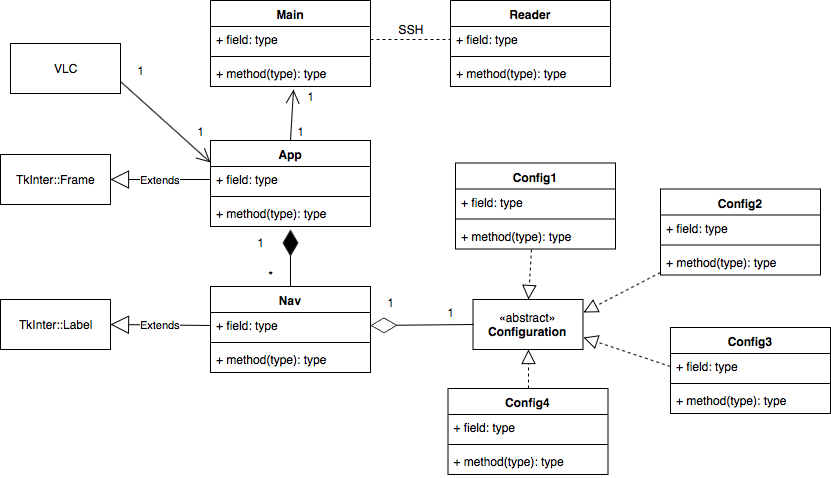
koverman47/EGEN_310 keeps this draw.io diagram as final_diagram.png. Above is the earlier version. Source tidied: cells renumbered, new cells last; positions are measured from the earlier drawing's top-left corner, leaving out a move shared by most shapes.
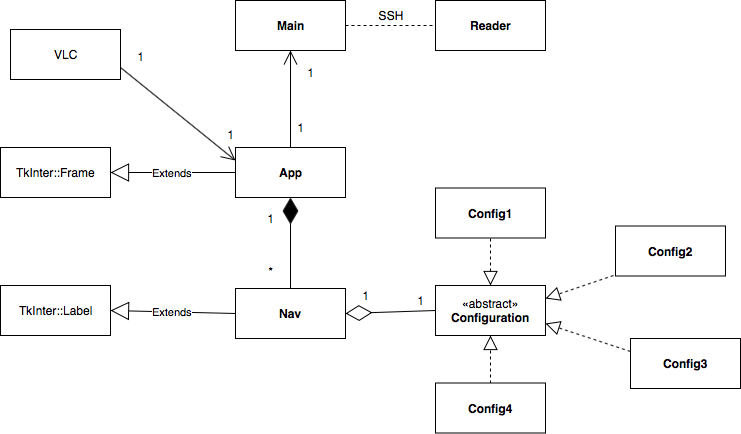
After the commit.

The edit, as a diff of the source:
```diff
@@ -6,171 +6,97 @@
       <mxGeometry y="299" width="110" height="50" as="geometry" />
     </mxCell>
     <mxCell id="3" value="TkInter::Frame" style="html=1;" parent="1" vertex="1">
-      <mxGeometry y="154" width="110" height="50" as="geometry" />
+      <mxGeometry y="161" width="110" height="50" as="geometry" />
     </mxCell>
-    <mxCell id="4" value="Config1" style="swimlane;fontStyle=1;align=center;verticalAlign=top;horizontal=1;startSize=26;" parent="1" vertex="1">
-      <mxGeometry x="455" y="162.5" width="160" height="86" as="geometry" />
+    <mxCell id="4" value="«abstract»&lt;br&gt;&lt;b&gt;Configuration&lt;/b&gt;" style="html=1;" parent="1" vertex="1">
+      <mxGeometry x="435" y="299" width="110" height="50" as="geometry" />
     </mxCell>
-    <mxCell id="5" value="+ field: type" style="text;strokeColor=none;fillColor=none;align=left;verticalAlign=top;spacingLeft=4;spacingRight=4;overflow=hidden;" parent="4" vertex="1">
-      <mxGeometry y="26" width="160" height="26" as="geometry" />
+    <mxCell id="5" style="endArrow=block;dashed=1;endFill=0;endSize=12;html=1;entryX=0.5;entryY=0;entryDx=0;entryDy=0;exitX=0.5;exitY=1;exitDx=0;exitDy=0;" parent="1" edge="1" source="28" target="4">
+      <mxGeometry relative="1" as="geometry" />
     </mxCell>
-    <mxCell id="6" style="line;strokeWidth=1;fillColor=none;align=left;verticalAlign=middle;spacingTop=-1;spacingLeft=3;spacingRight=3;labelPosition=right;" parent="4" vertex="1">
-      <mxGeometry y="52" width="160" height="8" as="geometry" />
+    <mxCell id="6" value="Extends" style="endArrow=block;endSize=16;endFill=0;html=1;exitX=0;exitY=0.5;exitDx=0;exitDy=0;entryX=1;entryY=0.5;entryDx=0;entryDy=0;" parent="1" edge="1" source="33" target="2">
+      <mxGeometry relative="1" as="geometry" />
     </mxCell>
-    <mxCell id="7" value="+ method(type): type" style="text;strokeColor=none;fillColor=none;align=left;verticalAlign=top;spacingLeft=4;spacingRight=4;overflow=hidden;points=[[0,0.5],[1,0.5]];portConstraint=eastwest;" parent="4" vertex="1">
-      <mxGeometry y="60" width="160" height="26" as="geometry" />
+    <mxCell id="7" value="Extends" style="endArrow=block;endSize=16;endFill=0;html=1;entryX=1;entryY=0.5;entryDx=0;entryDy=0;exitX=0;exitY=0.5;exitDx=0;exitDy=0;" parent="1" edge="1" source="29" target="3">
+      <mxGeometry relative="1" as="geometry" />
     </mxCell>
-    <mxCell id="8" value="Config2" style="swimlane;fontStyle=1;align=center;verticalAlign=top;horizontal=1;startSize=26;" parent="1" vertex="1">
-      <mxGeometry x="660" y="188.5" width="160" height="86" as="geometry" />
+    <mxCell id="8" style="endArrow=block;dashed=1;endFill=0;endSize=12;html=1;exitX=0.5;exitY=0;exitDx=0;exitDy=0;entryX=0.5;entryY=1;entryDx=0;entryDy=0;" parent="1" edge="1" source="32" target="4">
+      <mxGeometry relative="1" as="geometry" />
     </mxCell>
-    <mxCell id="9" value="+ field: type" style="text;strokeColor=none;fillColor=none;align=left;verticalAlign=top;spacingLeft=4;spacingRight=4;overflow=hidden;" parent="8" vertex="1">
-      <mxGeometry y="26" width="160" height="26" as="geometry" />
+    <mxCell id="9" style="endArrow=block;dashed=1;endFill=0;endSize=12;html=1;entryX=1;entryY=0.75;entryDx=0;entryDy=0;exitX=0;exitY=0.25;exitDx=0;exitDy=0;" parent="1" edge="1" source="31" target="4">
+      <mxGeometry relative="1" as="geometry" />
     </mxCell>
-    <mxCell id="10" style="line;strokeWidth=1;fillColor=none;align=left;verticalAlign=middle;spacingTop=-1;spacingLeft=3;spacingRight=3;labelPosition=right;" parent="8" vertex="1">
-      <mxGeometry y="52" width="160" height="8" as="geometry" />
+    <mxCell id="10" style="endArrow=block;dashed=1;endFill=0;endSize=12;html=1;exitX=-0.018;exitY=0.99;exitDx=0;exitDy=0;exitPerimeter=0;entryX=1;entryY=0.25;entryDx=0;entryDy=0;" parent="1" edge="1" source="30" target="4">
+      <mxGeometry relative="1" as="geometry" />
     </mxCell>
-    <mxCell id="11" value="+ method(type): type" style="text;strokeColor=none;fillColor=none;align=left;verticalAlign=top;spacingLeft=4;spacingRight=4;overflow=hidden;points=[[0,0.5],[1,0.5]];portConstraint=eastwest;" parent="8" vertex="1">
-      <mxGeometry y="60" width="160" height="26" as="geometry" />
+    <mxCell id="11" style="endArrow=diamondThin;endFill=1;endSize=24;html=1;exitX=0.5;exitY=0;exitDx=0;exitDy=0;entryX=0.5;entryY=1;entryDx=0;entryDy=0;" parent="1" edge="1" source="33" target="29">
+      <mxGeometry relative="1" as="geometry" />
     </mxCell>
-    <mxCell id="12" value="«abstract»&lt;br&gt;&lt;b&gt;Configuration&lt;/b&gt;" style="html=1;" parent="1" vertex="1">
-      <mxGeometry x="472.5" y="299" width="110" height="50" as="geometry" />
+    <mxCell id="12" style="endArrow=diamondThin;endFill=0;endSize=24;html=1;exitX=0;exitY=0.5;exitDx=0;exitDy=0;entryX=1;entryY=0.5;entryDx=0;entryDy=0;" parent="1" edge="1" source="4" target="33">
+      <mxGeometry relative="1" as="geometry" />
     </mxCell>
-    <mxCell id="13" value="Config3" style="swimlane;fontStyle=1;align=center;verticalAlign=top;horizontal=1;startSize=26;" parent="1" vertex="1">
-      <mxGeometry x="670" y="327" width="160" height="86" as="geometry" />
+    <mxCell id="13" style="endArrow=open;endFill=1;endSize=12;html=1;exitX=0.5;exitY=0;exitDx=0;exitDy=0;entryX=0.5;entryY=1;entryDx=0;entryDy=0;" parent="1" edge="1" source="29" target="26">
+      <mxGeometry relative="1" as="geometry" />
     </mxCell>
-    <mxCell id="14" value="+ field: type" style="text;strokeColor=none;fillColor=none;align=left;verticalAlign=top;spacingLeft=4;spacingRight=4;overflow=hidden;points=[[0,0.5],[1,0.5]];portConstraint=eastwest;" parent="13" vertex="1">
-      <mxGeometry y="26" width="160" height="26" as="geometry" />
+    <mxCell id="14" style="endArrow=none;dashed=1;html=1;exitX=1;exitY=0.5;exitDx=0;exitDy=0;entryX=0;entryY=0.5;entryDx=0;entryDy=0;" parent="1" edge="1" source="26" target="27">
+      <mxGeometry relative="1" as="geometry" />
     </mxCell>
-    <mxCell id="15" style="line;strokeWidth=1;fillColor=none;align=left;verticalAlign=middle;spacingTop=-1;spacingLeft=3;spacingRight=3;labelPosition=right;" parent="13" vertex="1">
-      <mxGeometry y="52" width="160" height="8" as="geometry" />
+    <mxCell id="15" value="SSH" style="text;html=1;strokeColor=none;fillColor=none;align=center;verticalAlign=middle;whiteSpace=wrap;rounded=0;" parent="1" vertex="1">
+      <mxGeometry x="370" y="19" width="40" height="20" as="geometry" />
     </mxCell>
-    <mxCell id="16" value="+ method(type): type" style="text;strokeColor=none;fillColor=none;align=left;verticalAlign=top;spacingLeft=4;spacingRight=4;overflow=hidden;points=[[0,0.5],[1,0.5]];portConstraint=eastwest;" parent="13" vertex="1">
-      <mxGeometry y="60" width="160" height="26" as="geometry" />
+    <mxCell id="16" value="VLC" style="html=1;" parent="1" vertex="1">
+      <mxGeometry x="10" y="43" width="110" height="50" as="geometry" />
     </mxCell>
-    <mxCell id="17" value="Config4" style="swimlane;fontStyle=1;align=center;verticalAlign=top;horizontal=1;startSize=26;" parent="1" vertex="1">
-      <mxGeometry x="447.5" y="388" width="160" height="86" as="geometry" />
+    <mxCell id="17" style="endArrow=open;endFill=1;endSize=12;html=1;exitX=1;exitY=0.75;exitDx=0;exitDy=0;entryX=0;entryY=0.25;entryDx=0;entryDy=0;" parent="1" edge="1" source="16" target="29">
+      <mxGeometry relative="1" as="geometry" />
     </mxCell>
-    <mxCell id="18" value="+ field: type" style="text;strokeColor=none;fillColor=none;align=left;verticalAlign=top;spacingLeft=4;spacingRight=4;overflow=hidden;" parent="17" vertex="1">
-      <mxGeometry y="26" width="160" height="26" as="geometry" />
+    <mxCell id="18" value="*" style="text;html=1;strokeColor=none;fillColor=none;align=center;verticalAlign=middle;whiteSpace=wrap;rounded=0;" parent="1" vertex="1">
+      <mxGeometry x="250" y="274.5" width="40" height="20" as="geometry" />
     </mxCell>
-    <mxCell id="19" style="line;strokeWidth=1;fillColor=none;align=left;verticalAlign=middle;spacingTop=-1;spacingLeft=3;spacingRight=3;labelPosition=right;" parent="17" vertex="1">
-      <mxGeometry y="52" width="160" height="8" as="geometry" />
+    <mxCell id="19" value="1" style="text;html=1;strokeColor=none;fillColor=none;align=center;verticalAlign=middle;whiteSpace=wrap;rounded=0;" parent="1" vertex="1">
+      <mxGeometry x="400" y="304" width="40" height="20" as="geometry" />
     </mxCell>
-    <mxCell id="20" value="+ method(type): type" style="text;strokeColor=none;fillColor=none;align=left;verticalAlign=top;spacingLeft=4;spacingRight=4;overflow=hidden;" parent="17" vertex="1">
-      <mxGeometry y="60" width="160" height="26" as="geometry" />
+    <mxCell id="20" value="1" style="text;html=1;strokeColor=none;fillColor=none;align=center;verticalAlign=middle;whiteSpace=wrap;rounded=0;" parent="1" vertex="1">
+      <mxGeometry x="345" y="299" width="40" height="20" as="geometry" />
     </mxCell>
-    <mxCell id="21" value="App" style="swimlane;fontStyle=1;align=center;verticalAlign=top;horizontal=1;startSize=26;" parent="1" vertex="1">
-      <mxGeometry x="210" y="140" width="160" height="86" as="geometry" />
+    <mxCell id="21" value="1" style="text;html=1;strokeColor=none;fillColor=none;align=center;verticalAlign=middle;whiteSpace=wrap;rounded=0;" parent="1" vertex="1">
+      <mxGeometry x="210" y="138" width="40" height="20" as="geometry" />
     </mxCell>
-    <mxCell id="22" value="+ field: type" style="text;strokeColor=none;fillColor=none;align=left;verticalAlign=top;spacingLeft=4;spacingRight=4;overflow=hidden;points=[[0,0.5],[1,0.5]];portConstraint=eastwest;" parent="21" vertex="1">
-      <mxGeometry y="26" width="160" height="26" as="geometry" />
+    <mxCell id="22" value="1" style="text;html=1;strokeColor=none;fillColor=none;align=center;verticalAlign=middle;whiteSpace=wrap;rounded=0;" parent="1" vertex="1">
+      <mxGeometry x="250" y="221.5" width="40" height="20" as="geometry" />
     </mxCell>
-    <mxCell id="23" style="line;strokeWidth=1;fillColor=none;align=left;verticalAlign=middle;spacingTop=-1;spacingLeft=3;spacingRight=3;labelPosition=right;" parent="21" vertex="1">
-      <mxGeometry y="52" width="160" height="8" as="geometry" />
+    <mxCell id="23" value="1" style="text;html=1;strokeColor=none;fillColor=none;align=center;verticalAlign=middle;whiteSpace=wrap;rounded=0;" parent="1" vertex="1">
+      <mxGeometry x="280" y="131" width="40" height="20" as="geometry" />
     </mxCell>
-    <mxCell id="24" value="+ method(type): type" style="text;strokeColor=none;fillColor=none;align=left;verticalAlign=top;spacingLeft=4;spacingRight=4;overflow=hidden;points=[[0,0.5],[1,0.5]];portConstraint=eastwest;" parent="21" vertex="1">
-      <mxGeometry y="60" width="160" height="26" as="geometry" />
+    <mxCell id="24" value="1" style="text;html=1;strokeColor=none;fillColor=none;align=center;verticalAlign=middle;whiteSpace=wrap;rounded=0;" parent="1" vertex="1">
+      <mxGeometry x="290" y="76" width="40" height="20" as="geometry" />
     </mxCell>
-    <mxCell id="25" value="Nav" style="swimlane;fontStyle=1;align=center;verticalAlign=top;horizontal=1;startSize=26;" parent="1" vertex="1">
-      <mxGeometry x="210" y="286" width="160" height="86" as="geometry" />
+    <mxCell id="25" value="1" style="text;html=1;strokeColor=none;fillColor=none;align=center;verticalAlign=middle;whiteSpace=wrap;rounded=0;" parent="1" vertex="1">
+      <mxGeometry x="120" y="60" width="40" height="20" as="geometry" />
     </mxCell>
-    <mxCell id="26" value="+ field: type" style="text;strokeColor=none;fillColor=none;align=left;verticalAlign=top;spacingLeft=4;spacingRight=4;overflow=hidden;points=[[0,0.5],[1,0.5]];portConstraint=eastwest;" parent="25" vertex="1">
-      <mxGeometry y="26" width="160" height="26" as="geometry" />
+    <mxCell id="26" value="&lt;b&gt;Main&lt;/b&gt;" style="html=1;" parent="1" vertex="1">
+      <mxGeometry x="235" y="14" width="110" height="50" as="geometry" />
     </mxCell>
-    <mxCell id="27" style="line;strokeWidth=1;fillColor=none;align=left;verticalAlign=middle;spacingTop=-1;spacingLeft=3;spacingRight=3;labelPosition=right;points=[];portConstraint=eastwest;" parent="25" vertex="1">
-      <mxGeometry y="52" width="160" height="8" as="geometry" />
+    <mxCell id="27" value="Reader" style="html=1;fontStyle=1;" parent="1" vertex="1">
+      <mxGeometry x="435" y="14" width="110" height="50" as="geometry" />
     </mxCell>
-    <mxCell id="28" value="+ method(type): type" style="text;strokeColor=none;fillColor=none;align=left;verticalAlign=top;spacingLeft=4;spacingRight=4;overflow=hidden;points=[[0,0.5],[1,0.5]];portConstraint=eastwest;" parent="25" vertex="1">
-      <mxGeometry y="60" width="160" height="26" as="geometry" />
+    <mxCell id="28" value="Config1" style="html=1;fontStyle=1;" parent="1" vertex="1">
+      <mxGeometry x="435" y="201.5" width="110" height="50" as="geometry" />
     </mxCell>
-    <mxCell id="29" value="Main" style="swimlane;fontStyle=1;align=center;verticalAlign=top;horizontal=1;startSize=26;" parent="1" vertex="1">
-      <mxGeometry x="210" width="160" height="86" as="geometry" />
+    <mxCell id="29" value="&lt;b&gt;App&lt;/b&gt;" style="html=1;" parent="1" vertex="1">
+      <mxGeometry x="235" y="161" width="110" height="50" as="geometry" />
     </mxCell>
-    <mxCell id="30" value="+ field: type" style="text;strokeColor=none;fillColor=none;align=left;verticalAlign=top;spacingLeft=4;spacingRight=4;overflow=hidden;points=[[0,0.5],[1,0.5]];portConstraint=eastwest;" parent="29" vertex="1">
-      <mxGeometry y="26" width="160" height="26" as="geometry" />
+    <mxCell id="30" value="Config2" style="html=1;fontStyle=1;" parent="1" vertex="1">
+      <mxGeometry x="615" y="239.5" width="110" height="50" as="geometry" />
     </mxCell>
-    <mxCell id="31" style="line;strokeWidth=1;fillColor=none;align=left;verticalAlign=middle;spacingTop=-1;spacingLeft=3;spacingRight=3;labelPosition=right;points=[];portConstraint=eastwest;" parent="29" vertex="1">
-      <mxGeometry y="52" width="160" height="8" as="geometry" />
+    <mxCell id="31" value="Config3&lt;br&gt;" style="html=1;fontStyle=1;" parent="1" vertex="1">
+      <mxGeometry x="630" y="352" width="110" height="50" as="geometry" />
     </mxCell>
-    <mxCell id="32" value="+ method(type): type" style="text;strokeColor=none;fillColor=none;align=left;verticalAlign=top;spacingLeft=4;spacingRight=4;overflow=hidden;points=[[0,0.5],[1,0.5]];portConstraint=eastwest;" parent="29" vertex="1">
-      <mxGeometry y="60" width="160" height="26" as="geometry" />
+    <mxCell id="32" value="Config4" style="html=1;fontStyle=1;" parent="1" vertex="1">
+      <mxGeometry x="435" y="396.5" width="110" height="50" as="geometry" />
     </mxCell>
-    <mxCell id="33" value="Reader" style="swimlane;fontStyle=1;align=center;verticalAlign=top;horizontal=1;startSize=26;" parent="1" vertex="1">
-      <mxGeometry x="450" width="160" height="86" as="geometry" />
+    <mxCell id="33" value="&lt;b&gt;Nav&lt;/b&gt;" style="html=1;" parent="1" vertex="1">
+      <mxGeometry x="235" y="302" width="110" height="50" as="geometry" />
     </mxCell>
-    <mxCell id="34" value="+ field: type" style="text;strokeColor=none;fillColor=none;align=left;verticalAlign=top;spacingLeft=4;spacingRight=4;overflow=hidden;points=[[0,0.5],[1,0.5]];portConstraint=eastwest;" parent="33" vertex="1">
-      <mxGeometry y="26" width="160" height="26" as="geometry" />
-    </mxCell>
-    <mxCell id="35" style="line;strokeWidth=1;fillColor=none;align=left;verticalAlign=middle;spacingTop=-1;spacingLeft=3;spacingRight=3;labelPosition=right;" parent="33" vertex="1">
-      <mxGeometry y="52" width="160" height="8" as="geometry" />
-    </mxCell>
-    <mxCell id="36" value="+ method(type): type" style="text;strokeColor=none;fillColor=none;align=left;verticalAlign=top;spacingLeft=4;spacingRight=4;overflow=hidden;" parent="33" vertex="1">
-      <mxGeometry y="60" width="160" height="26" as="geometry" />
-    </mxCell>
-    <mxCell id="37" style="endArrow=block;dashed=1;endFill=0;endSize=12;html=1;entryX=0.5;entryY=0;entryDx=0;entryDy=0;exitX=0.475;exitY=1.019;exitDx=0;exitDy=0;exitPerimeter=0;" parent="1" edge="1" source="7" target="12">
-      <mxGeometry relative="1" as="geometry" />
-    </mxCell>
-    <mxCell id="38" value="Extends" style="endArrow=block;endSize=16;endFill=0;html=1;exitX=0;exitY=0.5;exitDx=0;exitDy=0;entryX=1;entryY=0.5;entryDx=0;entryDy=0;" parent="1" edge="1" source="26" target="2">
-      <mxGeometry relative="1" as="geometry" />
-    </mxCell>
-    <mxCell id="39" value="Extends" style="endArrow=block;endSize=16;endFill=0;html=1;entryX=1;entryY=0.5;entryDx=0;entryDy=0;exitX=0;exitY=0.5;exitDx=0;exitDy=0;" parent="1" edge="1" source="22" target="3">
-      <mxGeometry relative="1" as="geometry" />
-    </mxCell>
-    <mxCell id="40" style="endArrow=block;dashed=1;endFill=0;endSize=12;html=1;exitX=0.5;exitY=0;exitDx=0;exitDy=0;entryX=0.5;entryY=1;entryDx=0;entryDy=0;" parent="1" edge="1" source="17" target="12">
-      <mxGeometry relative="1" as="geometry" />
-    </mxCell>
-    <mxCell id="41" style="endArrow=block;dashed=1;endFill=0;endSize=12;html=1;entryX=1;entryY=0.75;entryDx=0;entryDy=0;exitX=0;exitY=0.5;exitDx=0;exitDy=0;" parent="1" edge="1" source="14" target="12">
-      <mxGeometry relative="1" as="geometry" />
-    </mxCell>
-    <mxCell id="42" style="endArrow=block;dashed=1;endFill=0;endSize=12;html=1;exitX=0;exitY=0.885;exitDx=0;exitDy=0;exitPerimeter=0;entryX=1;entryY=0.25;entryDx=0;entryDy=0;" parent="1" edge="1" source="11" target="12">
-      <mxGeometry relative="1" as="geometry" />
-    </mxCell>
-    <mxCell id="43" style="endArrow=diamondThin;endFill=1;endSize=24;html=1;exitX=0.5;exitY=0;exitDx=0;exitDy=0;entryX=0.5;entryY=1.115;entryDx=0;entryDy=0;entryPerimeter=0;" parent="1" edge="1" source="25" target="24">
-      <mxGeometry relative="1" as="geometry" />
-    </mxCell>
-    <mxCell id="44" style="endArrow=diamondThin;endFill=0;endSize=24;html=1;exitX=0;exitY=0.5;exitDx=0;exitDy=0;entryX=1;entryY=0.5;entryDx=0;entryDy=0;" parent="1" edge="1" source="12" target="26">
-      <mxGeometry relative="1" as="geometry" />
-    </mxCell>
-    <mxCell id="45" style="endArrow=open;endFill=1;endSize=12;html=1;exitX=0.5;exitY=0;exitDx=0;exitDy=0;" parent="1" edge="1" source="21">
-      <mxGeometry relative="1" as="geometry">
-        <mxPoint x="293" y="89" as="targetPoint" />
-      </mxGeometry>
-    </mxCell>
-    <mxCell id="46" style="endArrow=none;dashed=1;html=1;exitX=1;exitY=0.5;exitDx=0;exitDy=0;entryX=0;entryY=0.5;entryDx=0;entryDy=0;" parent="1" edge="1" source="30" target="34">
-      <mxGeometry relative="1" as="geometry" />
-    </mxCell>
-    <mxCell id="47" value="SSH" style="text;html=1;strokeColor=none;fillColor=none;align=center;verticalAlign=middle;whiteSpace=wrap;rounded=0;" parent="1" vertex="1">
-      <mxGeometry x="390" y="19" width="40" height="20" as="geometry" />
-    </mxCell>
-    <mxCell id="48" value="VLC" style="html=1;" parent="1" vertex="1">
-      <mxGeometry x="10" y="43" width="110" height="50" as="geometry" />
-    </mxCell>
-    <mxCell id="49" style="endArrow=open;endFill=1;endSize=12;html=1;exitX=1;exitY=0.75;exitDx=0;exitDy=0;entryX=0;entryY=0.25;entryDx=0;entryDy=0;" parent="1" edge="1" source="48" target="21">
-      <mxGeometry relative="1" as="geometry" />
-    </mxCell>
-    <mxCell id="50" value="*" style="text;html=1;strokeColor=none;fillColor=none;align=center;verticalAlign=middle;whiteSpace=wrap;rounded=0;" parent="1" vertex="1">
-      <mxGeometry x="250" y="264.5" width="40" height="20" as="geometry" />
-    </mxCell>
-    <mxCell id="51" value="1" style="text;html=1;strokeColor=none;fillColor=none;align=center;verticalAlign=middle;whiteSpace=wrap;rounded=0;" parent="1" vertex="1">
-      <mxGeometry x="430" y="302" width="40" height="20" as="geometry" />
-    </mxCell>
-    <mxCell id="52" value="1" style="text;html=1;strokeColor=none;fillColor=none;align=center;verticalAlign=middle;whiteSpace=wrap;rounded=0;" parent="1" vertex="1">
-      <mxGeometry x="370" y="292" width="40" height="20" as="geometry" />
-    </mxCell>
-    <mxCell id="53" value="1" style="text;html=1;strokeColor=none;fillColor=none;align=center;verticalAlign=middle;whiteSpace=wrap;rounded=0;" parent="1" vertex="1">
-      <mxGeometry x="180" y="121" width="40" height="20" as="geometry" />
-    </mxCell>
-    <mxCell id="54" value="1" style="text;html=1;strokeColor=none;fillColor=none;align=center;verticalAlign=middle;whiteSpace=wrap;rounded=0;" parent="1" vertex="1">
-      <mxGeometry x="240" y="231.5" width="40" height="20" as="geometry" />
-    </mxCell>
-    <mxCell id="55" value="1" style="text;html=1;strokeColor=none;fillColor=none;align=center;verticalAlign=middle;whiteSpace=wrap;rounded=0;" parent="1" vertex="1">
-      <mxGeometry x="280" y="121" width="40" height="20" as="geometry" />
-    </mxCell>
-    <mxCell id="56" value="1" style="text;html=1;strokeColor=none;fillColor=none;align=center;verticalAlign=middle;whiteSpace=wrap;rounded=0;" parent="1" vertex="1">
-      <mxGeometry x="290" y="86" width="40" height="20" as="geometry" />
-    </mxCell>
-    <mxCell id="57" value="1" style="text;html=1;strokeColor=none;fillColor=none;align=center;verticalAlign=middle;whiteSpace=wrap;rounded=0;" parent="1" vertex="1">
-      <mxGeometry x="120" y="60" width="40" height="20" as="geometry" />
-    </mxCell>
   </root>
 </mxGraphModel>
```
